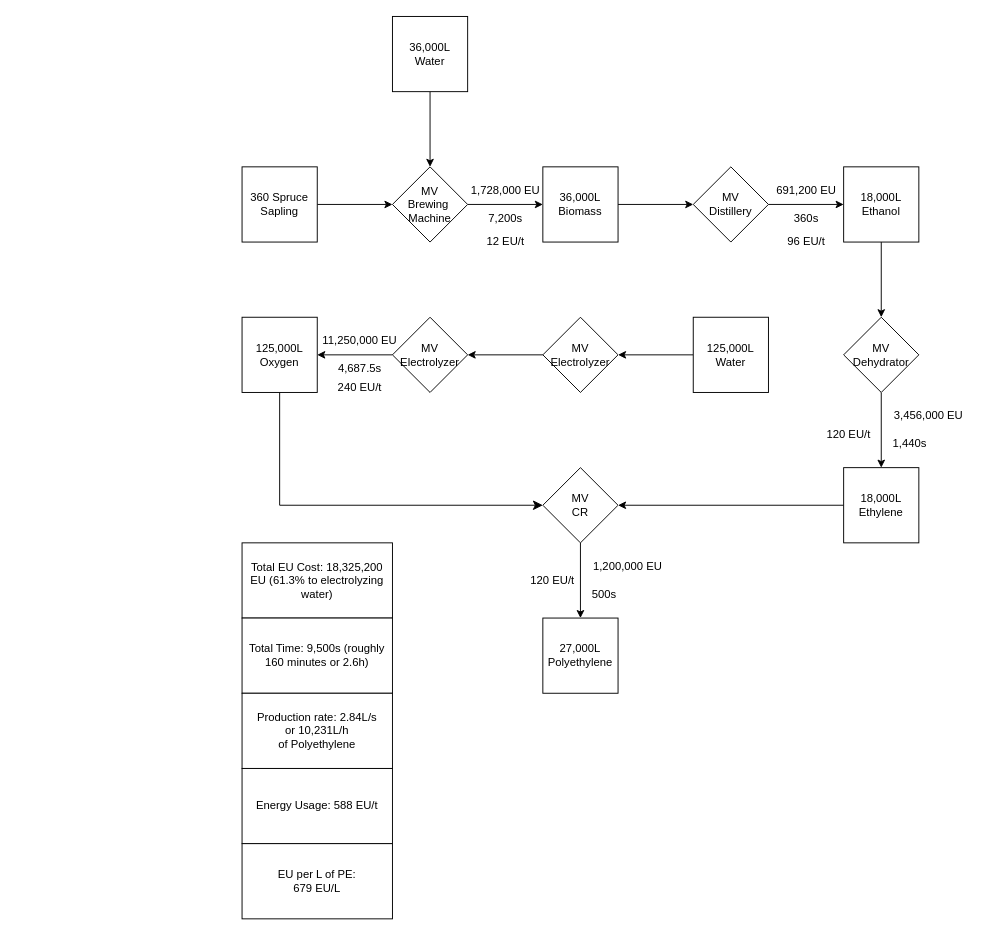
Above: Polyethylene Flow Chart.drawio in loldapeep/gtnhcharts (draw.io), before the change. Source tidied: cells renumbered, new cells numbered last; positions are measured from the earlier drawing's top-left corner, leaving out a move shared by most shapes. Both pictures are drawn from the tidied source at 94%, with x=0, y=0 at pixel (242, 16).
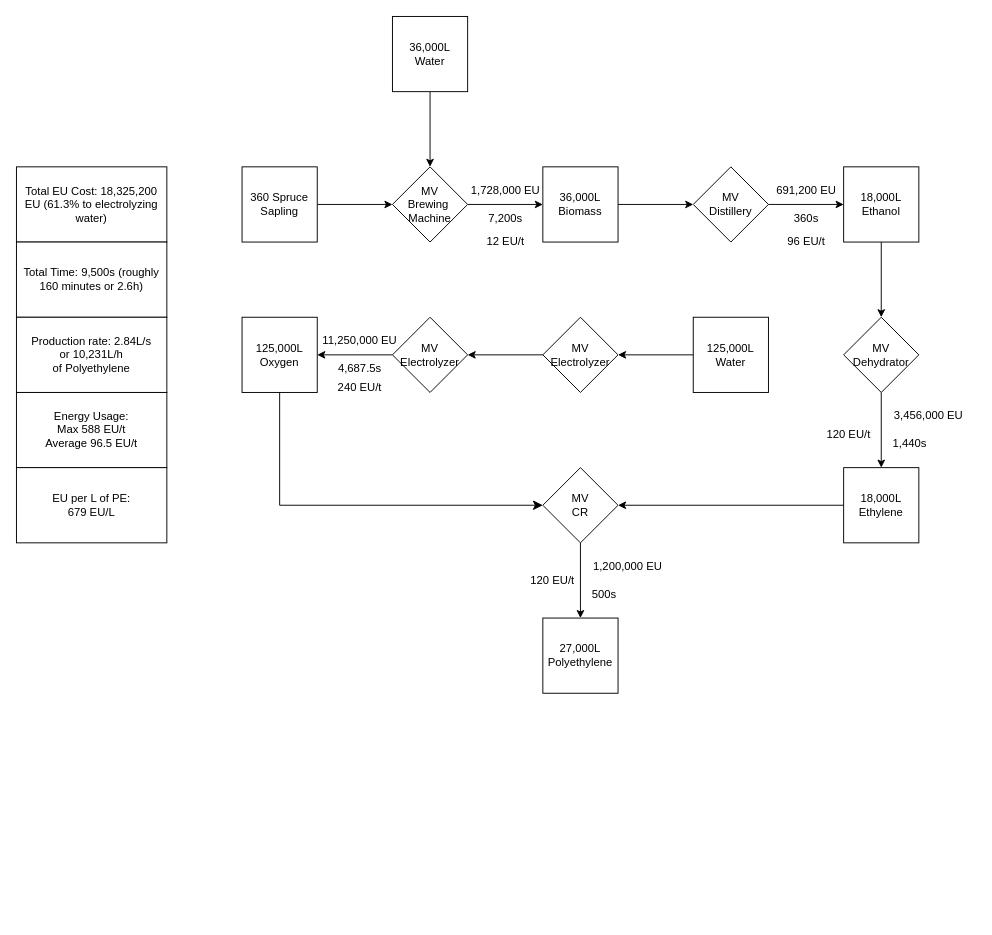
After the change.

Change to the diagram source:
```diff
@@
     <mxCell id="39" value="Total EU Cost: 18,325,200 EU (61.3% to electrolyzing water)" style="rounded=0;whiteSpace=wrap;html=1;" parent="1" vertex="1">
-      <mxGeometry y="560" width="160" height="80" as="geometry" />
+      <mxGeometry x="-240" y="160" width="160" height="80" as="geometry" />
     </mxCell>
     <mxCell id="40" value="Total Time: 9,500s (roughly 160 minutes or 2.6h)" style="rounded=0;whiteSpace=wrap;html=1;" parent="1" vertex="1">
-      <mxGeometry y="640" width="160" height="80" as="geometry" />
+      <mxGeometry x="-240" y="240" width="160" height="80" as="geometry" />
     </mxCell>
     <mxCell id="41" value="Production rate: 2.84L/s&lt;br&gt;or 10,231L/h&lt;br&gt;of Polyethylene" style="rounded=0;whiteSpace=wrap;html=1;" parent="1" vertex="1">
-      <mxGeometry y="720" width="160" height="80" as="geometry" />
+      <mxGeometry x="-240" y="320" width="160" height="80" as="geometry" />
     </mxCell>
-    <mxCell id="42" value="Energy Usage: 588 EU/t" style="rounded=0;whiteSpace=wrap;html=1;" parent="1" vertex="1">
-      <mxGeometry y="800" width="160" height="80" as="geometry" />
+    <mxCell id="42" value="Energy Usage: &lt;br&gt;Max 588 EU/t&lt;br&gt;Average 96.5 EU/t" style="rounded=0;whiteSpace=wrap;html=1;" parent="1" vertex="1">
+      <mxGeometry x="-240" y="400" width="160" height="80" as="geometry" />
     </mxCell>
@@
     <mxCell id="48" value="EU per L of PE:&lt;br&gt;679 EU/L" style="rounded=0;whiteSpace=wrap;html=1;" parent="1" vertex="1">
-      <mxGeometry y="880" width="160" height="80" as="geometry" />
+      <mxGeometry x="-240" y="480" width="160" height="80" as="geometry" />
     </mxCell>
```
